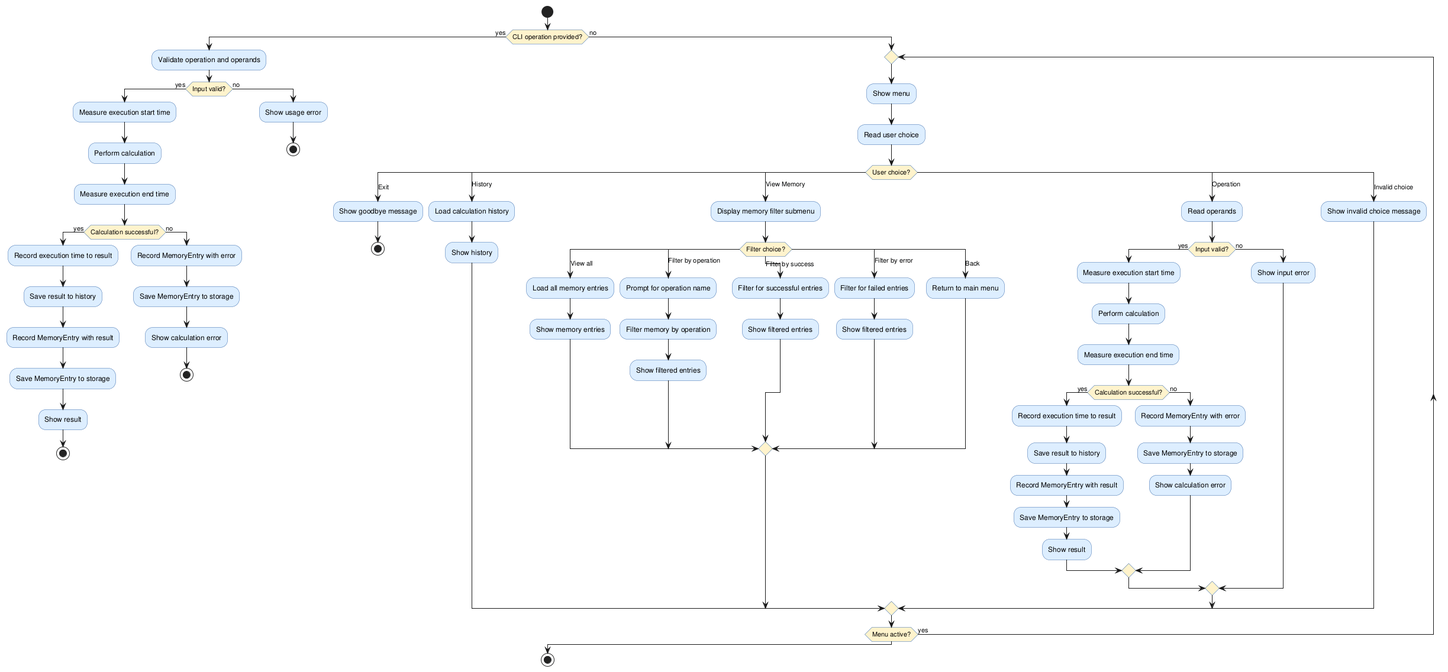
DanielRiha8906/Software_autoevolution_using_agents keeps this PlantUML diagram as experiments/supervisor_as_tools/user_stories/calculator/artifacts/activity_diagram.png. Above is the earlier version.
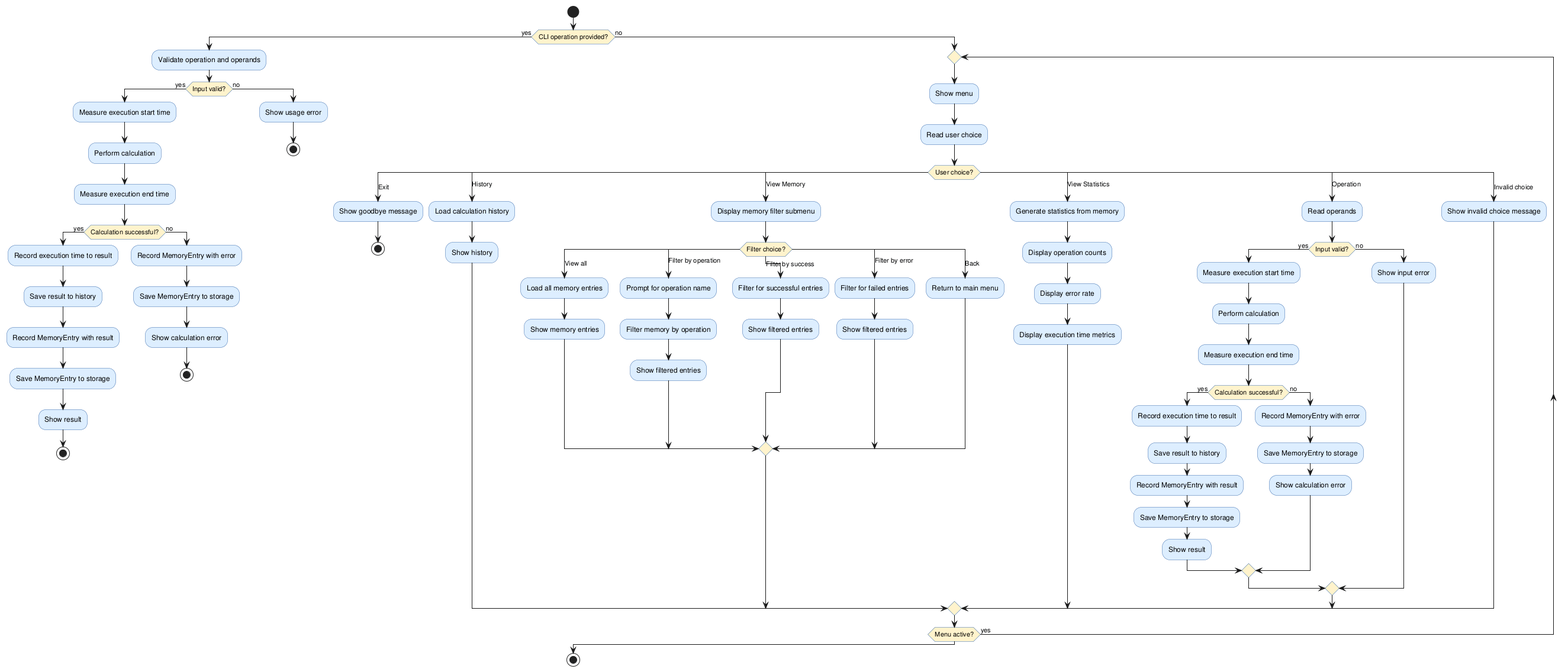
After the change.

Diff of the diagram source:
```diff
@@ -71,6 +71,12 @@
             :Return to main menu;
         endswitch
 
+      case (View Statistics)
+        :Generate statistics from memory;
+        :Display operation counts;
+        :Display error rate;
+        :Display execution time metrics;
+
       case (Operation)
         :Read operands;
 
```
